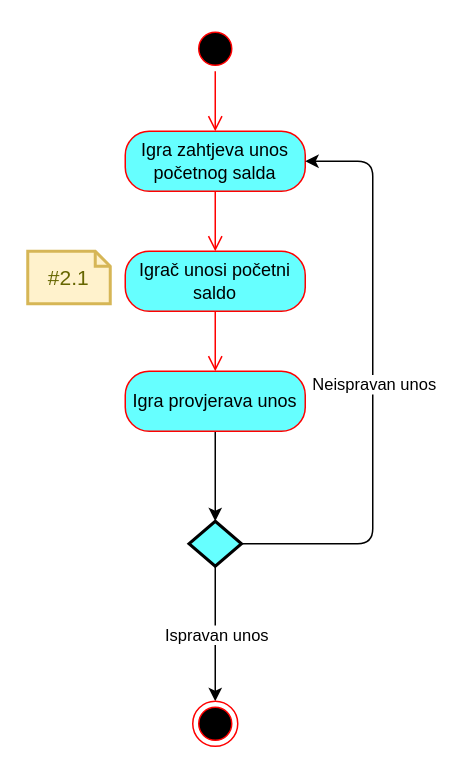
Before: page "aktivnost:unosSalda" (4 of 8) of Projekt_Poker_activity.drawio in ewlibi/Poker, a draw.io diagram. Source tidied: cells renumbered, new cells numbered last; positions are measured from the earlier drawing's top-left corner, leaving out a move shared by most shapes. Both pictures are drawn from the tidied source at 150%, with x=0, y=0 at pixel (27, 26).
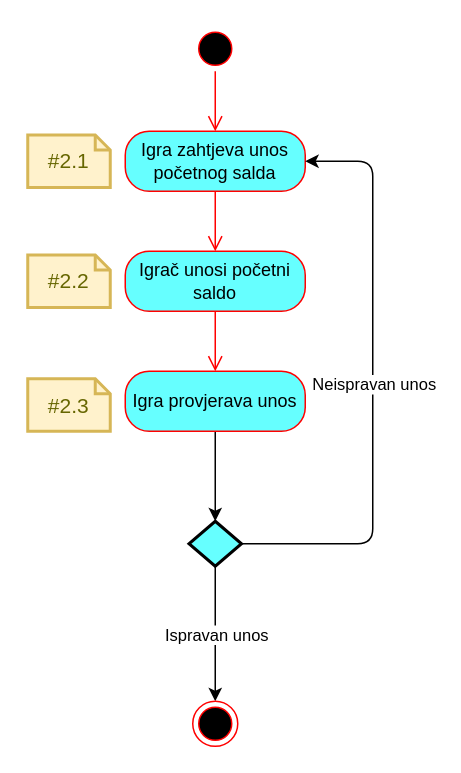
Above is the later version.

Diff of the diagram source:
```diff
@@
     <mxCell id="16" value="#2.1" style="shape=note;strokeWidth=2;fontSize=14;size=10;whiteSpace=wrap;html=1;fillColor=#fff2cc;strokeColor=#d6b656;fontColor=#666600;" parent="1" vertex="1">
-      <mxGeometry y="150" width="55" height="35" as="geometry" />
+      <mxGeometry y="72.5" width="55" height="35" as="geometry" />
     </mxCell>
+    <mxCell id="17" value="#2.2" style="shape=note;strokeWidth=2;fontSize=14;size=10;whiteSpace=wrap;html=1;fillColor=#fff2cc;strokeColor=#d6b656;fontColor=#666600;" parent="1" vertex="1">
+      <mxGeometry y="152.5" width="55" height="35" as="geometry" />
+    </mxCell>
+    <mxCell id="18" value="#2.3" style="shape=note;strokeWidth=2;fontSize=14;size=10;whiteSpace=wrap;html=1;fillColor=#fff2cc;strokeColor=#d6b656;fontColor=#666600;" parent="1" vertex="1">
+      <mxGeometry y="235" width="55" height="35" as="geometry" />
+    </mxCell>
```
